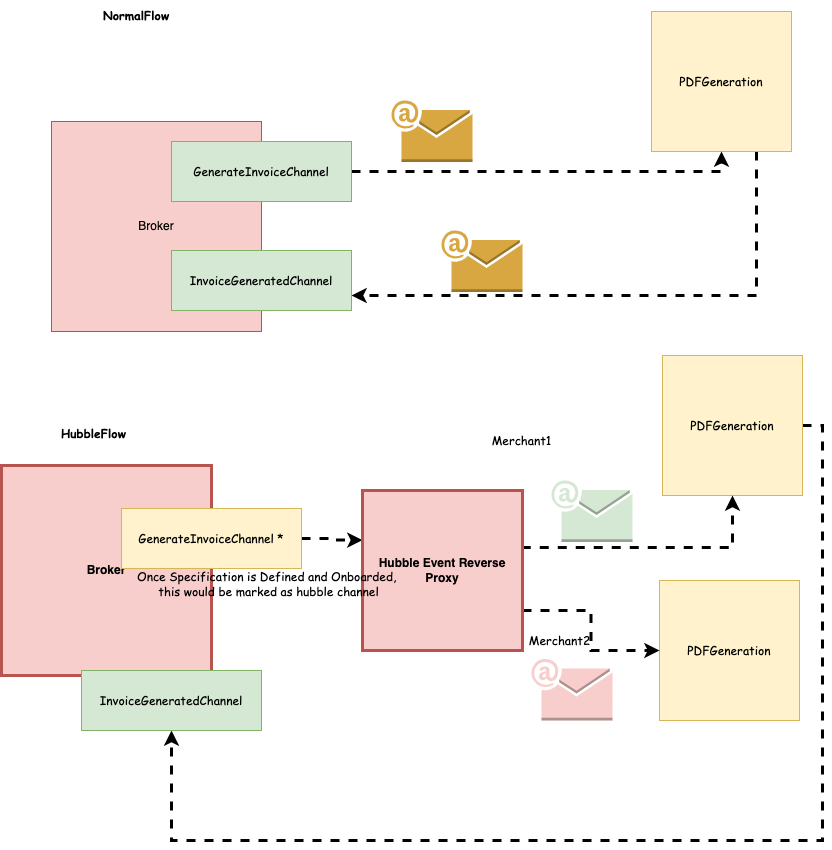
Before: Hubble-Project-Notes/images/10-Hubble-EventProxy-Protocol.png, a diagram exported from draw.io (cb-manick/hubble). Source tidied: cells renumbered, new cells last; positions are measured from the earlier drawing's top-left corner, leaving out a move shared by most shapes.
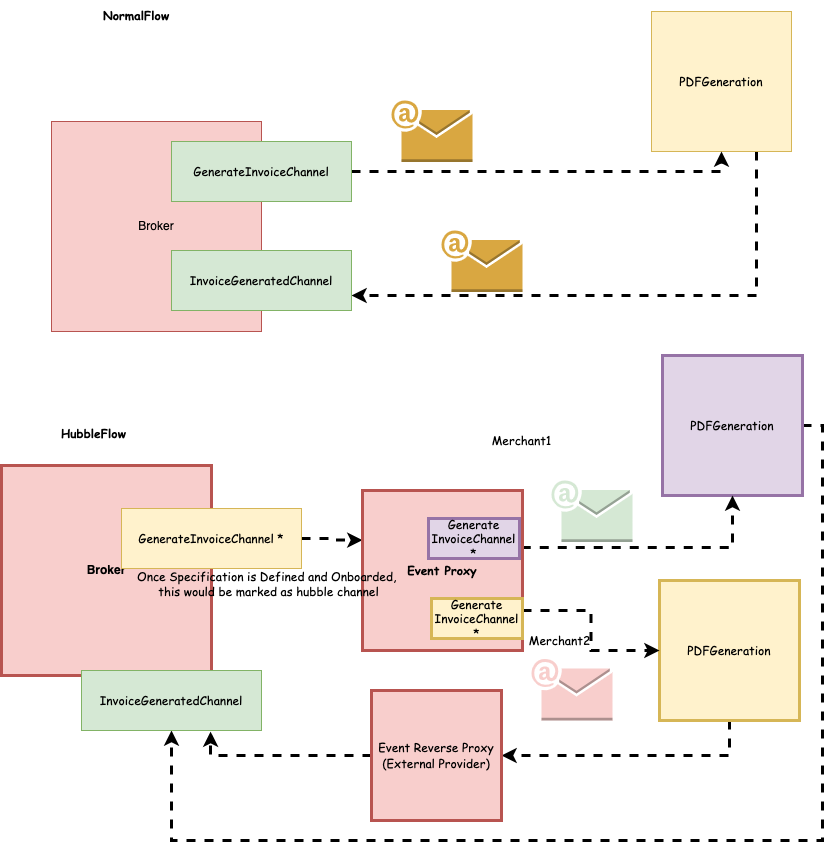
After the commit.

Commit message:
Update with forward and reverse proxy

The edit, as a diff of the source:
```diff
@@ -44,7 +44,7 @@
         </Array>
       </mxGeometry>
     </mxCell>
-    <mxCell id="14" value="&lt;font face=&quot;Comic Sans MS&quot;&gt;PDFGeneration&lt;/font&gt;" style="whiteSpace=wrap;html=1;fillColor=#fff2cc;strokeColor=#d6b656;" parent="1" vertex="1">
+    <mxCell id="14" value="&lt;font face=&quot;Comic Sans MS&quot;&gt;PDFGeneration&lt;/font&gt;" style="whiteSpace=wrap;html=1;fillColor=#e1d5e7;strokeColor=#9673a6;strokeWidth=3;" parent="1" vertex="1">
       <mxGeometry x="661" y="355" width="140" height="140" as="geometry" />
     </mxCell>
     <mxCell id="15" style="edgeStyle=orthogonalEdgeStyle;rounded=0;jettySize=auto;html=1;dashed=1;strokeWidth=3;exitX=0.995;exitY=0.357;exitDx=0;exitDy=0;exitPerimeter=0;entryX=0.5;entryY=1;entryDx=0;entryDy=0;" parent="1" edge="1" source="22" target="14">
@@ -62,13 +62,16 @@
     <mxCell id="19" style="dashed=0;verticalLabelPosition=bottom;verticalAlign=top;align=center;html=1;shape=mxgraph.aws3.email;fillColor=#d5e8d4;strokeColor=#82b366;" parent="1" vertex="1">
       <mxGeometry x="550" y="480" width="81" height="61.5" as="geometry" />
     </mxCell>
+    <mxCell id="27" style="edgeStyle=orthogonalEdgeStyle;rounded=0;jettySize=auto;html=1;exitX=0.5;exitY=1;exitDx=0;exitDy=0;strokeWidth=3;dashed=1;" parent="1" edge="1" source="20" target="29">
+      <mxGeometry relative="1" as="geometry" />
+    </mxCell>
-    <mxCell id="20" value="&lt;font face=&quot;Comic Sans MS&quot;&gt;PDFGeneration&lt;/font&gt;" style="whiteSpace=wrap;html=1;fillColor=#fff2cc;strokeColor=#d6b656;" parent="1" vertex="1">
+    <mxCell id="20" value="&lt;font face=&quot;Comic Sans MS&quot;&gt;PDFGeneration&lt;/font&gt;" style="whiteSpace=wrap;html=1;fillColor=#fff2cc;strokeColor=#d6b656;strokeWidth=3;" parent="1" vertex="1">
       <mxGeometry x="658" y="580" width="140" height="140" as="geometry" />
     </mxCell>
     <mxCell id="21" style="edgeStyle=orthogonalEdgeStyle;rounded=0;jettySize=auto;html=1;exitX=1;exitY=0.75;exitDx=0;exitDy=0;dashed=1;fontFamily=Comic Sans MS;strokeWidth=3;" parent="1" edge="1" source="22" target="20">
       <mxGeometry relative="1" as="geometry" />
     </mxCell>
-    <mxCell id="22" value="&lt;b&gt;Hubble Event Reverse Proxy&lt;/b&gt;" style="whiteSpace=wrap;html=1;fillColor=#f8cecc;strokeColor=#b85450;strokeWidth=3;" parent="1" vertex="1">
+    <mxCell id="22" value="&lt;b&gt;&lt;font face=&quot;Comic Sans MS&quot;&gt;Event Proxy&lt;/font&gt;&lt;/b&gt;" style="whiteSpace=wrap;html=1;fillColor=#f8cecc;strokeColor=#b85450;strokeWidth=3;" parent="1" vertex="1">
       <mxGeometry x="361" y="490" width="160" height="160" as="geometry" />
     </mxCell>
     <mxCell id="23" value="&lt;font face=&quot;Comic Sans MS&quot;&gt;InvoiceGeneratedChannel&lt;/font&gt;" style="rounded=0;whiteSpace=wrap;html=1;fillColor=#d5e8d4;strokeColor=#82b366;" parent="1" vertex="1">
@@ -83,5 +86,17 @@
     <mxCell id="26" value="Once Specification is Defined and Onboarded, &lt;br&gt;this would be marked as hubble channel" style="text;html=1;align=center;verticalAlign=middle;strokeColor=none;fillColor=none;fontFamily=Comic Sans MS;" parent="1" vertex="1">
       <mxGeometry x="132" y="568" width="270" height="30" as="geometry" />
     </mxCell>
+    <mxCell id="28" style="edgeStyle=orthogonalEdgeStyle;rounded=0;jettySize=auto;html=1;exitX=0;exitY=0.5;exitDx=0;exitDy=0;dashed=1;strokeWidth=3;entryX=0.717;entryY=1.017;entryDx=0;entryDy=0;entryPerimeter=0;" parent="1" edge="1" source="29" target="23">
+      <mxGeometry relative="1" as="geometry" />
+    </mxCell>
+    <mxCell id="29" value="&lt;font face=&quot;Comic Sans MS&quot;&gt;Event Reverse Proxy (External Provider)&lt;/font&gt;" style="whiteSpace=wrap;html=1;strokeWidth=3;fillColor=#f8cecc;strokeColor=#b85450;" parent="1" vertex="1">
+      <mxGeometry x="370" y="690" width="130" height="130" as="geometry" />
+    </mxCell>
+    <mxCell id="30" value="&lt;span&gt;Generate&lt;br&gt;InvoiceChannel *&lt;/span&gt;" style="rounded=0;whiteSpace=wrap;html=1;fontFamily=Comic Sans MS;strokeWidth=3;fillColor=#fff2cc;strokeColor=#d6b656;" parent="1" vertex="1">
+      <mxGeometry x="430" y="598" width="91" height="40" as="geometry" />
+    </mxCell>
+    <mxCell id="31" value="&lt;span&gt;Generate&lt;br&gt;InvoiceChannel *&lt;/span&gt;" style="rounded=0;whiteSpace=wrap;html=1;fontFamily=Comic Sans MS;strokeWidth=3;fillColor=#e1d5e7;strokeColor=#9673a6;" parent="1" vertex="1">
+      <mxGeometry x="427" y="518" width="91" height="40" as="geometry" />
+    </mxCell>
   </root>
 </mxGraphModel>
```
